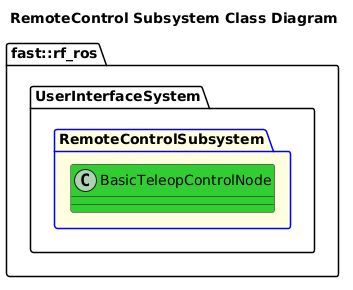
fastrobotics/robot_framework_ros keeps this PlantUML diagram as Systems/UserInterface/Subsystems/RemoteControl/doc/puml/RemoteControlSubsystemClassDiagram.png. Above is the earlier version.
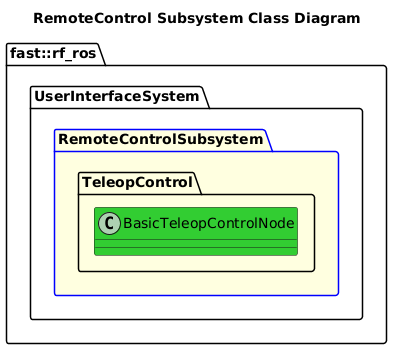
The same file after the commit.

What changed in the source:
```diff
@@ -4,7 +4,9 @@
 namespace fast::rf_ros {
     namespace UserInterfaceSystem {
         package RemoteControlSubsystem #LightYellow;line:blue  {
-            class BasicTeleopControlNode #LimeGreen {}
+            namespace TeleopControl {
+                class BasicTeleopControlNode #LimeGreen {}
+            }
         }
     }
 }
```
